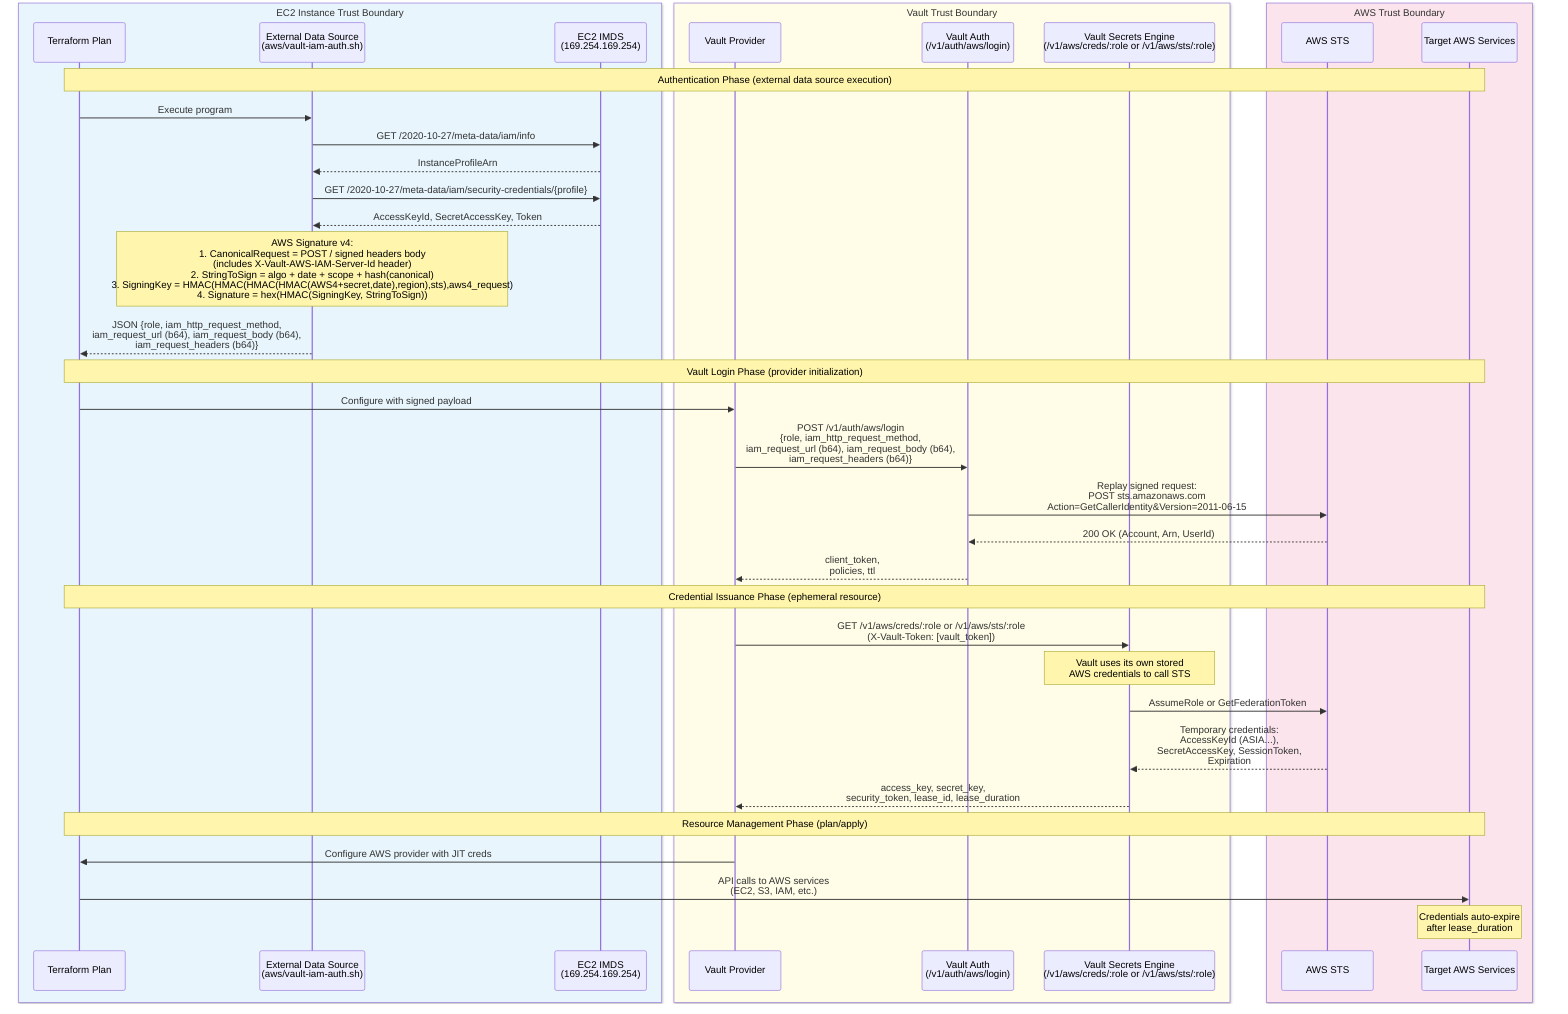
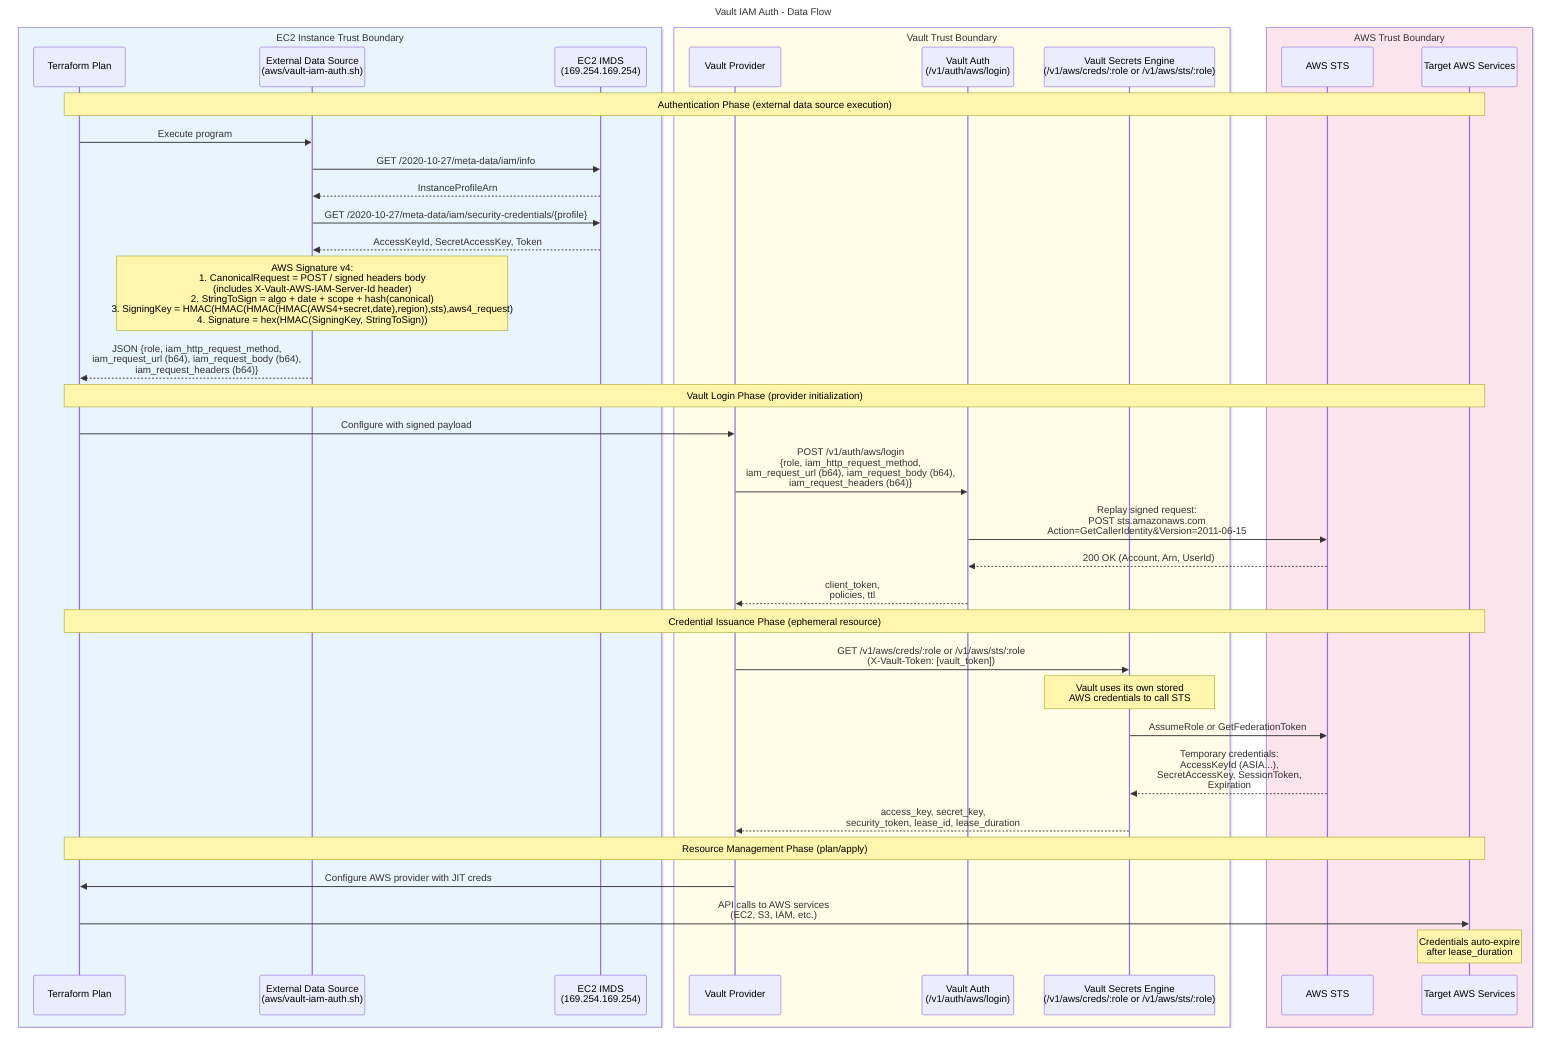
+ ---
+ title: Vault IAM Auth - Data Flow
+ ---
sequenceDiagram
    box rgb(232,245,253) EC2 Instance Trust Boundary
        participant TF as Terraform Plan
        participant EXT as External Data Source<br/>(aws/vault-iam-auth.sh)
        participant IMDS as EC2 IMDS<br/>(169.254.169.254)
    end

    box rgb(255,253,231) Vault Trust Boundary
        participant VP as Vault Provider
        participant VAUTH as Vault Auth<br/>(/v1/auth/aws/login)
        participant VSE as Vault Secrets Engine<br/>(/v1/aws/creds/:role or /v1/aws/sts/:role)
    end

    box rgb(252,228,236) AWS Trust Boundary
        participant STS as AWS STS
        participant TGTAWS as Target AWS Services
    end

    Note over TF,TGTAWS: Authentication Phase (external data source execution)
    TF->>EXT: Execute program
    EXT->>IMDS: GET /2020-10-27/meta-data/iam/info
    IMDS-->>EXT: InstanceProfileArn
    EXT->>IMDS: GET /2020-10-27/meta-data/iam/security-credentials/{profile}
    IMDS-->>EXT: AccessKeyId, SecretAccessKey, Token
    Note over EXT: AWS Signature v4:<br/>1. CanonicalRequest = POST / signed headers body<br/>(includes X-Vault-AWS-IAM-Server-Id header)<br/>2. StringToSign = algo + date + scope + hash(canonical)<br/>3. SigningKey = HMAC(HMAC(HMAC(HMAC(AWS4+secret,date),region),sts),aws4_request)<br/>4. Signature = hex(HMAC(SigningKey, StringToSign))
    EXT-->>TF: JSON {role, iam_http_request_method,<br/>iam_request_url (b64), iam_request_body (b64),<br/>iam_request_headers (b64)}

    Note over TF,TGTAWS: Vault Login Phase (provider initialization)
    TF->>VP: Configure with signed payload
    VP->>VAUTH: POST /v1/auth/aws/login<br/>{role, iam_http_request_method,<br/>iam_request_url (b64), iam_request_body (b64),<br/>iam_request_headers (b64)}
    VAUTH->>STS: Replay signed request:<br/>POST sts.amazonaws.com<br/>Action=GetCallerIdentity&Version=2011-06-15
    STS-->>VAUTH: 200 OK (Account, Arn, UserId)
    VAUTH-->>VP: client_token,<br/>policies, ttl

    Note over TF,TGTAWS: Credential Issuance Phase (ephemeral resource)
    VP->>VSE: GET /v1/aws/creds/:role or /v1/aws/sts/:role<br/>(X-Vault-Token: [vault_token])
    Note over VSE: Vault uses its own stored<br/>AWS credentials to call STS
    VSE->>STS: AssumeRole or GetFederationToken
    STS-->>VSE: Temporary credentials:<br/>AccessKeyId (ASIA...),<br/>SecretAccessKey, SessionToken,<br/>Expiration
    VSE-->>VP: access_key, secret_key,<br/>security_token, lease_id, lease_duration

    Note over TF,TGTAWS: Resource Management Phase (plan/apply)
    VP->>TF: Configure AWS provider with JIT creds
    TF->>TGTAWS: API calls to AWS services<br/>(EC2, S3, IAM, etc.)
    Note over TGTAWS: Credentials auto-expire<br/>after lease_duration
